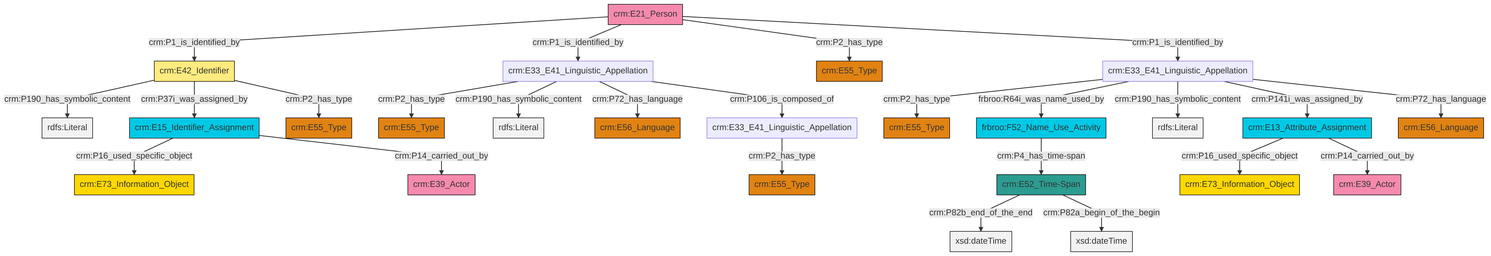
This is et/personCSV/ttl/mmd/png/Person_Names_and_Classification.png from swiss-art-research-net/reference-data-models, a Mermaid export, as it was before one commit. Its source is kept beside it as et/personCSV/ttl/mmd/Person_Names_and_Classification.ttl.mmd. The source it was exported from:
```mermaid
graph TD
classDef Literal fill:#f2f2f2,stroke:#000000;
classDef CRM_Entity fill:#FFFFFF,stroke:#000000;
classDef Temporal_Entity fill:#00C9E6, stroke:#000000;
classDef Type fill:#E18312, stroke:#000000;
classDef Time-Span fill:#2C9C91, stroke:#000000;
classDef Appellation fill:#FFEB7F, stroke:#000000;
classDef Place fill:#008836, stroke:#000000;
classDef Persistent_Item fill:#B266B2, stroke:#000000;
classDef Conceptual_Object fill:#FFD700, stroke:#000000;
classDef Physical_Thing fill:#D2B48C, stroke:#000000;
classDef Actor fill:#f58aad, stroke:#000000;
classDef PC_Classes fill:#4ce600, stroke:#000000;
classDef Multi fill:#cccccc,stroke:#000000;

2["crm:E33_E41_Linguistic_Appellation"]:::Default -->|crm:P2_has_type| 3["crm:E55_Type"]:::Type
4["crm:E33_E41_Linguistic_Appellation"]:::Default -->|crm:P2_has_type| 5["crm:E55_Type"]:::Type
2["crm:E33_E41_Linguistic_Appellation"]:::Default -->|frbroo:R64i_was_name_used_by| 6["frbroo:F52_Name_Use_Activity"]:::Temporal_Entity
7["crm:E13_Attribute_Assignment"]:::Temporal_Entity -->|crm:P16_used_specific_object| 8["crm:E73_Information_Object"]:::Conceptual_Object
4["crm:E33_E41_Linguistic_Appellation"]:::Default -->|crm:P190_has_symbolic_content| 13[rdfs:Literal]:::Literal
14["crm:E21_Person"]:::Actor -->|crm:P1_is_identified_by| 15["crm:E42_Identifier"]:::Appellation
20["crm:E52_Time-Span"]:::Time-Span -->|crm:P82b_end_of_the_end| 21[xsd:dateTime]:::Literal
22["crm:E15_Identifier_Assignment"]:::Temporal_Entity -->|crm:P16_used_specific_object| 18["crm:E73_Information_Object"]:::Conceptual_Object
7["crm:E13_Attribute_Assignment"]:::Temporal_Entity -->|crm:P14_carried_out_by| 23["crm:E39_Actor"]:::Actor
15["crm:E42_Identifier"]:::Appellation -->|crm:P190_has_symbolic_content| 25[rdfs:Literal]:::Literal
2["crm:E33_E41_Linguistic_Appellation"]:::Default -->|crm:P190_has_symbolic_content| 29[rdfs:Literal]:::Literal
14["crm:E21_Person"]:::Actor -->|crm:P1_is_identified_by| 4["crm:E33_E41_Linguistic_Appellation"]:::Default
14["crm:E21_Person"]:::Actor -->|crm:P2_has_type| 26["crm:E55_Type"]:::Type
4["crm:E33_E41_Linguistic_Appellation"]:::Default -->|crm:P72_has_language| 32["crm:E56_Language"]:::Type
4["crm:E33_E41_Linguistic_Appellation"]:::Default -->|crm:P106_is_composed_of| 11["crm:E33_E41_Linguistic_Appellation"]:::Default
22["crm:E15_Identifier_Assignment"]:::Temporal_Entity -->|crm:P14_carried_out_by| 36["crm:E39_Actor"]:::Actor
15["crm:E42_Identifier"]:::Appellation -->|crm:P37i_was_assigned_by| 22["crm:E15_Identifier_Assignment"]:::Temporal_Entity
20["crm:E52_Time-Span"]:::Time-Span -->|crm:P82a_begin_of_the_begin| 38[xsd:dateTime]:::Literal
11["crm:E33_E41_Linguistic_Appellation"]:::Default -->|crm:P2_has_type| 0["crm:E55_Type"]:::Type
14["crm:E21_Person"]:::Actor -->|crm:P1_is_identified_by| 2["crm:E33_E41_Linguistic_Appellation"]:::Default
15["crm:E42_Identifier"]:::Appellation -->|crm:P2_has_type| 9["crm:E55_Type"]:::Type
6["frbroo:F52_Name_Use_Activity"]:::Temporal_Entity -->|crm:P4_has_time-span| 20["crm:E52_Time-Span"]:::Time-Span
2["crm:E33_E41_Linguistic_Appellation"]:::Default -->|crm:P141i_was_assigned_by| 7["crm:E13_Attribute_Assignment"]:::Temporal_Entity
2["crm:E33_E41_Linguistic_Appellation"]:::Default -->|crm:P72_has_language| 40["crm:E56_Language"]:::Type
```
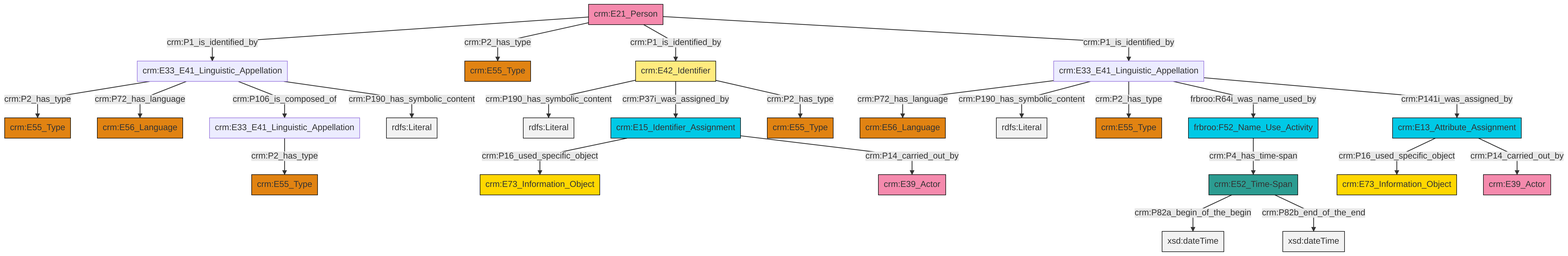
After the change.

Diff of the diagram source:
```diff
@@ -13,27 +13,27 @@
 classDef PC_Classes fill:#4ce600, stroke:#000000;
 classDef Multi fill:#cccccc,stroke:#000000;
 
-2["crm:E33_E41_Linguistic_Appellation"]:::Default -->|crm:P2_has_type| 3["crm:E55_Type"]:::Type
-4["crm:E33_E41_Linguistic_Appellation"]:::Default -->|crm:P2_has_type| 5["crm:E55_Type"]:::Type
-2["crm:E33_E41_Linguistic_Appellation"]:::Default -->|frbroo:R64i_was_name_used_by| 6["frbroo:F52_Name_Use_Activity"]:::Temporal_Entity
-7["crm:E13_Attribute_Assignment"]:::Temporal_Entity -->|crm:P16_used_specific_object| 8["crm:E73_Information_Object"]:::Conceptual_Object
-4["crm:E33_E41_Linguistic_Appellation"]:::Default -->|crm:P190_has_symbolic_content| 13[rdfs:Literal]:::Literal
-14["crm:E21_Person"]:::Actor -->|crm:P1_is_identified_by| 15["crm:E42_Identifier"]:::Appellation
-20["crm:E52_Time-Span"]:::Time-Span -->|crm:P82b_end_of_the_end| 21[xsd:dateTime]:::Literal
-22["crm:E15_Identifier_Assignment"]:::Temporal_Entity -->|crm:P16_used_specific_object| 18["crm:E73_Information_Object"]:::Conceptual_Object
-7["crm:E13_Attribute_Assignment"]:::Temporal_Entity -->|crm:P14_carried_out_by| 23["crm:E39_Actor"]:::Actor
-15["crm:E42_Identifier"]:::Appellation -->|crm:P190_has_symbolic_content| 25[rdfs:Literal]:::Literal
-2["crm:E33_E41_Linguistic_Appellation"]:::Default -->|crm:P190_has_symbolic_content| 29[rdfs:Literal]:::Literal
-14["crm:E21_Person"]:::Actor -->|crm:P1_is_identified_by| 4["crm:E33_E41_Linguistic_Appellation"]:::Default
-14["crm:E21_Person"]:::Actor -->|crm:P2_has_type| 26["crm:E55_Type"]:::Type
-4["crm:E33_E41_Linguistic_Appellation"]:::Default -->|crm:P72_has_language| 32["crm:E56_Language"]:::Type
-4["crm:E33_E41_Linguistic_Appellation"]:::Default -->|crm:P106_is_composed_of| 11["crm:E33_E41_Linguistic_Appellation"]:::Default
-22["crm:E15_Identifier_Assignment"]:::Temporal_Entity -->|crm:P14_carried_out_by| 36["crm:E39_Actor"]:::Actor
-15["crm:E42_Identifier"]:::Appellation -->|crm:P37i_was_assigned_by| 22["crm:E15_Identifier_Assignment"]:::Temporal_Entity
-20["crm:E52_Time-Span"]:::Time-Span -->|crm:P82a_begin_of_the_begin| 38[xsd:dateTime]:::Literal
-11["crm:E33_E41_Linguistic_Appellation"]:::Default -->|crm:P2_has_type| 0["crm:E55_Type"]:::Type
-14["crm:E21_Person"]:::Actor -->|crm:P1_is_identified_by| 2["crm:E33_E41_Linguistic_Appellation"]:::Default
-15["crm:E42_Identifier"]:::Appellation -->|crm:P2_has_type| 9["crm:E55_Type"]:::Type
-6["frbroo:F52_Name_Use_Activity"]:::Temporal_Entity -->|crm:P4_has_time-span| 20["crm:E52_Time-Span"]:::Time-Span
-2["crm:E33_E41_Linguistic_Appellation"]:::Default -->|crm:P141i_was_assigned_by| 7["crm:E13_Attribute_Assignment"]:::Temporal_Entity
-2["crm:E33_E41_Linguistic_Appellation"]:::Default -->|crm:P72_has_language| 40["crm:E56_Language"]:::Type
+0["crm:E21_Person"]:::Actor -->|crm:P1_is_identified_by| 1["crm:E33_E41_Linguistic_Appellation"]:::Default
+2["crm:E13_Attribute_Assignment"]:::Temporal_Entity -->|crm:P16_used_specific_object| 3["crm:E73_Information_Object"]:::Conceptual_Object
+12["crm:E33_E41_Linguistic_Appellation"]:::Default -->|crm:P72_has_language| 13["crm:E56_Language"]:::Type
+2["crm:E13_Attribute_Assignment"]:::Temporal_Entity -->|crm:P14_carried_out_by| 17["crm:E39_Actor"]:::Actor
+0["crm:E21_Person"]:::Actor -->|crm:P2_has_type| 25["crm:E55_Type"]:::Type
+12["crm:E33_E41_Linguistic_Appellation"]:::Default -->|crm:P190_has_symbolic_content| 26[rdfs:Literal]:::Literal
+1["crm:E33_E41_Linguistic_Appellation"]:::Default -->|crm:P2_has_type| 20["crm:E55_Type"]:::Type
+33["crm:E42_Identifier"]:::Appellation -->|crm:P190_has_symbolic_content| 34[rdfs:Literal]:::Literal
+14["crm:E15_Identifier_Assignment"]:::Temporal_Entity -->|crm:P16_used_specific_object| 35["crm:E73_Information_Object"]:::Conceptual_Object
+12["crm:E33_E41_Linguistic_Appellation"]:::Default -->|crm:P2_has_type| 22["crm:E55_Type"]:::Type
+0["crm:E21_Person"]:::Actor -->|crm:P1_is_identified_by| 33["crm:E42_Identifier"]:::Appellation
+10["crm:E33_E41_Linguistic_Appellation"]:::Default -->|crm:P2_has_type| 4["crm:E55_Type"]:::Type
+39["crm:E52_Time-Span"]:::Time-Span -->|crm:P82a_begin_of_the_begin| 40[xsd:dateTime]:::Literal
+39["crm:E52_Time-Span"]:::Time-Span -->|crm:P82b_end_of_the_end| 41[xsd:dateTime]:::Literal
+1["crm:E33_E41_Linguistic_Appellation"]:::Default -->|crm:P72_has_language| 18["crm:E56_Language"]:::Type
+12["crm:E33_E41_Linguistic_Appellation"]:::Default -->|frbroo:R64i_was_name_used_by| 29["frbroo:F52_Name_Use_Activity"]:::Temporal_Entity
+1["crm:E33_E41_Linguistic_Appellation"]:::Default -->|crm:P106_is_composed_of| 10["crm:E33_E41_Linguistic_Appellation"]:::Default
+33["crm:E42_Identifier"]:::Appellation -->|crm:P37i_was_assigned_by| 14["crm:E15_Identifier_Assignment"]:::Temporal_Entity
+1["crm:E33_E41_Linguistic_Appellation"]:::Default -->|crm:P190_has_symbolic_content| 43[rdfs:Literal]:::Literal
+14["crm:E15_Identifier_Assignment"]:::Temporal_Entity -->|crm:P14_carried_out_by| 7["crm:E39_Actor"]:::Actor
+12["crm:E33_E41_Linguistic_Appellation"]:::Default -->|crm:P141i_was_assigned_by| 2["crm:E13_Attribute_Assignment"]:::Temporal_Entity
+33["crm:E42_Identifier"]:::Appellation -->|crm:P2_has_type| 27["crm:E55_Type"]:::Type
+0["crm:E21_Person"]:::Actor -->|crm:P1_is_identified_by| 12["crm:E33_E41_Linguistic_Appellation"]:::Default
+29["frbroo:F52_Name_Use_Activity"]:::Temporal_Entity -->|crm:P4_has_time-span| 39["crm:E52_Time-Span"]:::Time-Span
```
